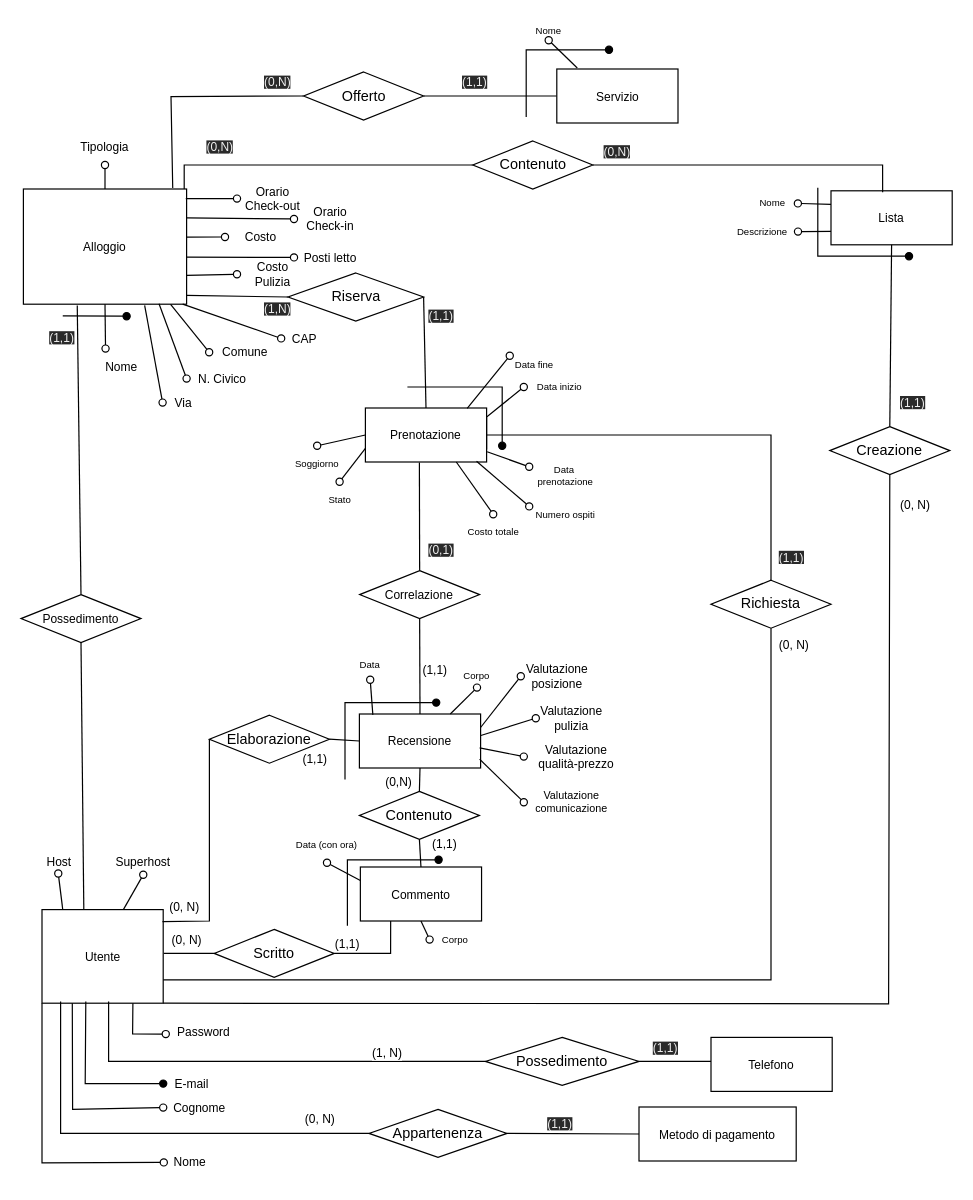
The draw.io diagram page "Page-4" (4 of 16) of ER.drawio in eduardz1/Home-Booking, before the edit. Source tidied: cells renumbered, new cells numbered last; positions are measured from the earlier drawing's top-left corner, leaving out a move shared by most shapes. Both pictures are drawn from the tidied source at 120%, with x=0, y=0 at pixel (19, 20).
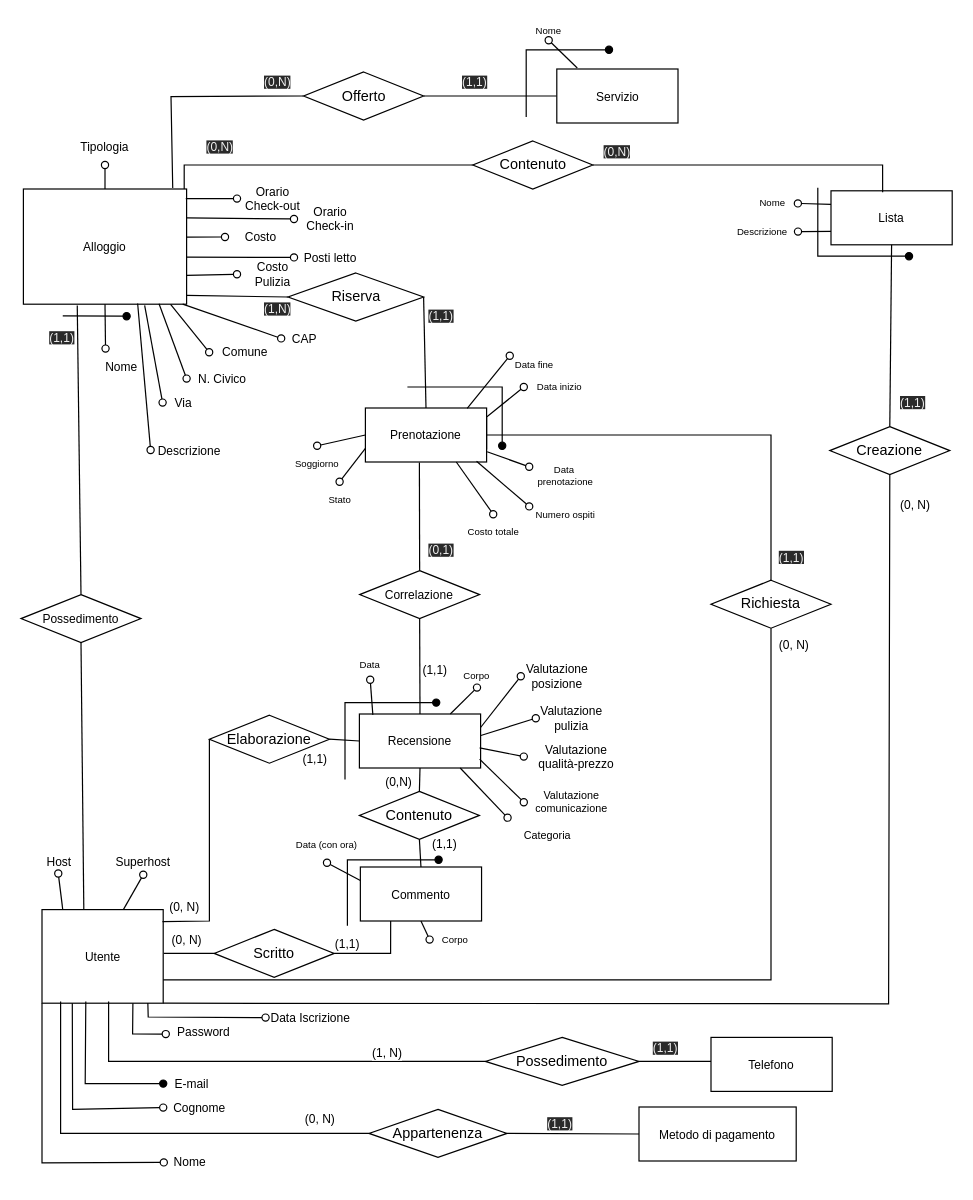
The same diagram, later.

Unchanged cells that the change refers to:
```xml
<mxCell id="3" value="&lt;font style=&quot;font-size: 10px;&quot;&gt;Alloggio&lt;/font&gt;" style="rounded=0;whiteSpace=wrap;html=1;fontSize=10;" parent="1" vertex="1">
  <mxGeometry x="3" y="140" width="136" height="96" as="geometry" />
</mxCell>
```

What changed in the source:
```diff
@@
+    <mxCell id="154" value="Descrizione" style="text;html=1;strokeColor=none;fillColor=none;align=center;verticalAlign=middle;whiteSpace=wrap;rounded=0;labelBackgroundColor=none;labelBorderColor=none;fontSize=10;" parent="1" vertex="1">
+      <mxGeometry x="109" y="342.5" width="65" height="30" as="geometry" />
+    </mxCell>
+    <mxCell id="155" style="endArrow=none;html=1;rounded=0;align=center;verticalAlign=top;endFill=0;labelBackgroundColor=none;endSize=6;startArrow=oval;startFill=0;fontSize=10;fillColor=none;exitX=0;exitY=0.5;exitDx=0;exitDy=0;entryX=0.7;entryY=0.994;entryDx=0;entryDy=0;entryPerimeter=0;" parent="1" edge="1" source="154" target="3">
+      <mxGeometry relative="1" as="geometry" />
+    </mxCell>
+    <mxCell id="156" value="Data Iscrizione" style="text;html=1;strokeColor=none;fillColor=none;align=center;verticalAlign=middle;whiteSpace=wrap;rounded=0;labelBackgroundColor=none;labelBorderColor=none;fontSize=10;" parent="1" vertex="1">
+      <mxGeometry x="204.8" y="818.5" width="74.5" height="24" as="geometry" />
+    </mxCell>
+    <mxCell id="157" style="endArrow=none;html=1;rounded=0;align=center;verticalAlign=top;endFill=0;labelBackgroundColor=none;endSize=6;startArrow=oval;startFill=0;fontSize=10;entryX=0.794;entryY=0.997;entryDx=0;entryDy=0;exitX=0;exitY=0.5;exitDx=0;exitDy=0;entryPerimeter=0;" parent="1" edge="1" source="156">
+      <mxGeometry relative="1" as="geometry">
+        <mxPoint x="106.7" y="818.3" as="targetPoint" />
+        <Array as="points">
+          <mxPoint x="107" y="830" />
+        </Array>
+      </mxGeometry>
+    </mxCell>
+    <mxCell id="158" value="Categoria" style="text;html=1;strokeColor=none;fillColor=none;align=center;verticalAlign=middle;whiteSpace=wrap;rounded=0;fontSize=9;" parent="1" vertex="1">
+      <mxGeometry x="399.5" y="664.5" width="80" height="28" as="geometry" />
+    </mxCell>
+    <mxCell id="159" style="endArrow=none;html=1;rounded=0;align=center;verticalAlign=top;endFill=0;labelBackgroundColor=none;endSize=6;startArrow=oval;startFill=0;fontSize=10;entryX=0.992;entryY=0.837;entryDx=0;entryDy=0;exitX=0.087;exitY=-0.022;exitDx=0;exitDy=0;entryPerimeter=0;exitPerimeter=0;" parent="1" edge="1" source="158">
+      <mxGeometry relative="1" as="geometry">
+        <mxPoint x="367" y="622.5" as="targetPoint" />
+      </mxGeometry>
+    </mxCell>
```
